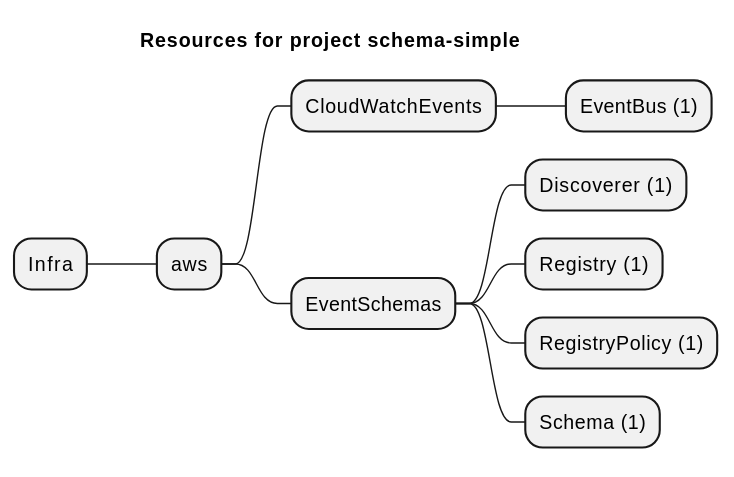
grucloud/grucloud keeps this PlantUML diagram as examples/aws/Schema/schema-simple/artifacts/resources-mindmap.svg. Above is the earlier version.
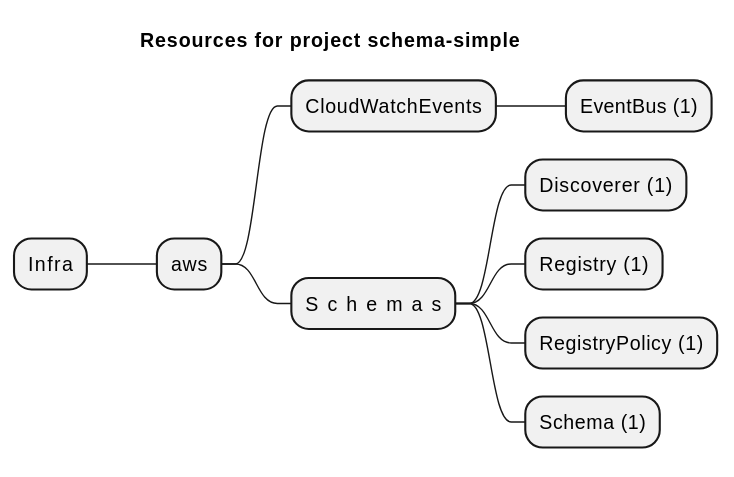
After the change.

Diff of the diagram source:
```diff
@@ -5,7 +5,7 @@
 ++ aws
 +++ CloudWatchEvents
 ++++ EventBus (1)
-+++ EventSchemas
++++ Schemas
 ++++ Discoverer (1)
 ++++ Registry (1)
 ++++ RegistryPolicy (1)
```
